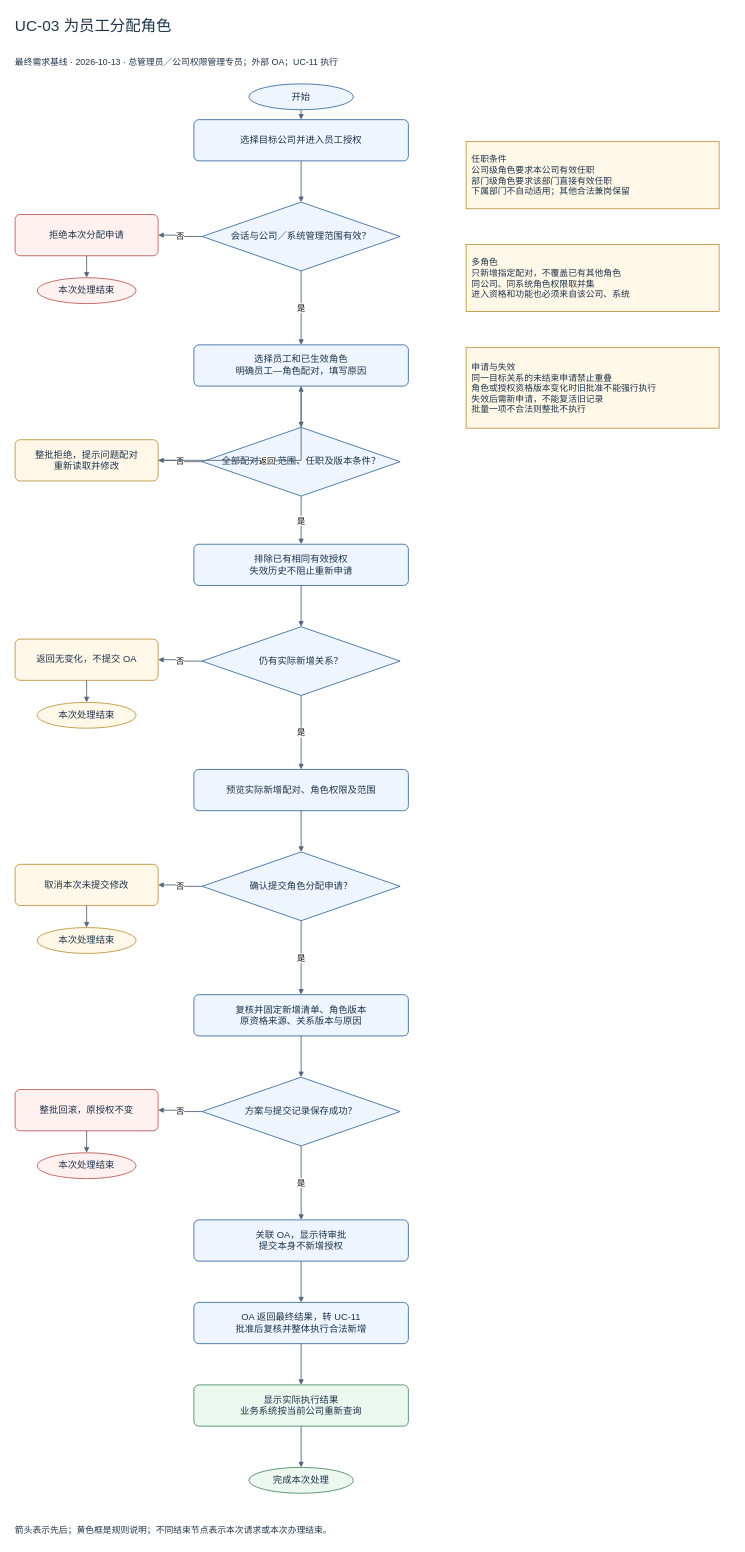
The draw.io diagram docs/按用例分类/UC-03_为员工分配角色/UC-03_为员工分配角色_流程图.drawio in Noah-hope/RBAC-admin, before the edit. Source tidied: cells renumbered, new cells numbered last; positions are measured from the earlier drawing's top-left corner, leaving out a move shared by most shapes. Both pictures are drawn from the tidied source at 55%, with x=0, y=0 at pixel (9, 9).
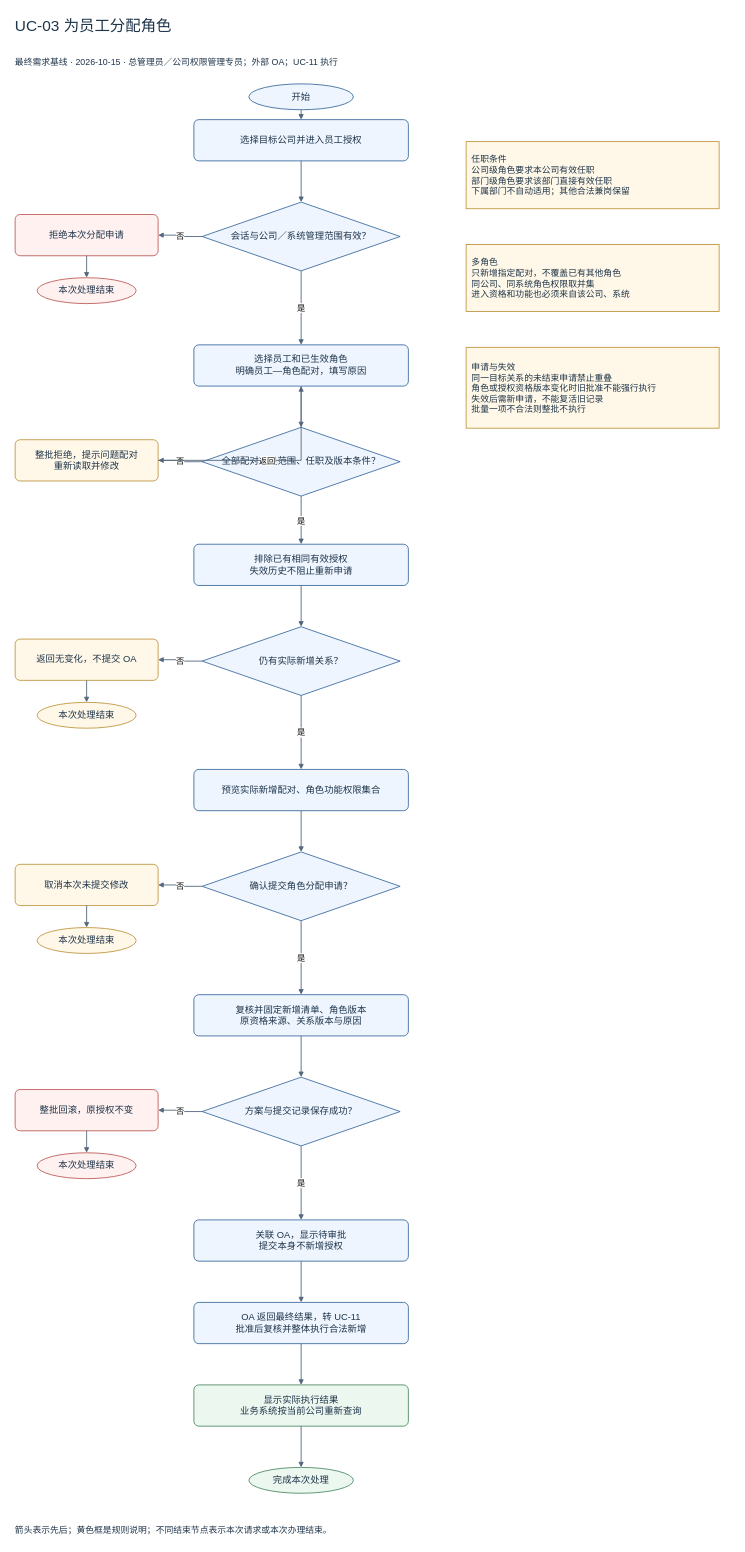
The same page after the edit.

Change to the diagram source:
```diff
@@
-    <mxCell id="3" value="最终需求基线 · 2026-10-13 · 总管理员／公司权限管理专员；外部 OA；UC-11 执行" style="text;html=1;whiteSpace=wrap;fontFamily=Microsoft YaHei;fontSize=17;fontColor=#1e3449;align=center;verticalAlign=middle;spacing=10;fillColor=#eef5ff;strokeColor=#32649a;strokeWidth=1.5;fillColor=none;strokeColor=none;align=left;fontSize=16;" parent="1" vertex="1">
+    <mxCell id="3" value="最终需求基线 · 2026-10-15 · 总管理员／公司权限管理专员；外部 OA；UC-11 执行" style="text;html=1;whiteSpace=wrap;fontFamily=Microsoft YaHei;fontSize=17;fontColor=#1e3449;align=center;verticalAlign=middle;spacing=10;fillColor=#eef5ff;strokeColor=#32649a;strokeWidth=1.5;fillColor=none;strokeColor=none;align=left;fontSize=16;" parent="1" vertex="1">
       <mxGeometry y="70" width="1320" height="50" as="geometry" />
     </mxCell>
@@
-    <mxCell id="16" value="预览实际新增配对、角色权限及范围" style="rounded=1;arcSize=12;html=1;whiteSpace=wrap;fontFamily=Microsoft YaHei;fontSize=17;fontColor=#1e3449;align=center;verticalAlign=middle;spacing=10;fillColor=#eef5ff;strokeColor=#32649a;strokeWidth=1.5;" parent="1" vertex="1">
+    <mxCell id="16" value="预览实际新增配对、角色功能权限集合" style="rounded=1;arcSize=12;html=1;whiteSpace=wrap;fontFamily=Microsoft YaHei;fontSize=17;fontColor=#1e3449;align=center;verticalAlign=middle;spacing=10;fillColor=#eef5ff;strokeColor=#32649a;strokeWidth=1.5;" parent="1" vertex="1">
       <mxGeometry x="335" y="1381.5" width="390" height="75" as="geometry" />
     </mxCell>
```
